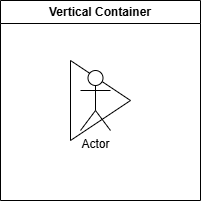
Zencoder-arch/obsidian-images keeps this draw.io diagram as 送.drawio.png. Above is the earlier version. Source tidied: cells renumbered, new cells last; positions are measured from the earlier drawing's top-left corner, leaving out a move shared by most shapes. Source of this version:
```xml
<mxGraphModel>
  <root>
    <mxCell id="0" />
    <mxCell id="1" parent="0" />
    <mxCell id="2" style="triangle;whiteSpace=wrap;html=1;" parent="1" vertex="1">
      <mxGeometry x="70" y="60" width="60" height="80" as="geometry" />
    </mxCell>
    <mxCell id="3" value="Actor" style="shape=umlActor;verticalLabelPosition=bottom;verticalAlign=top;html=1;" parent="1" vertex="1">
      <mxGeometry x="80" y="70" width="30" height="60" as="geometry" />
    </mxCell>
    <mxCell id="4" value="Vertical Container" style="swimlane;whiteSpace=wrap;html=1;" parent="1" vertex="1">
      <mxGeometry width="200" height="200" as="geometry" />
    </mxCell>
  </root>
</mxGraphModel>
```
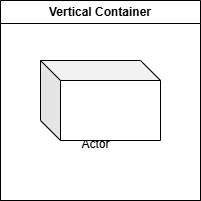
Above is the later version.

What changed in the source:
```diff
@@ -11,5 +11,11 @@
     <mxCell id="4" value="Vertical Container" style="swimlane;whiteSpace=wrap;html=1;" parent="1" vertex="1">
       <mxGeometry width="200" height="200" as="geometry" />
     </mxCell>
+    <mxCell id="5" style="shape=cube;whiteSpace=wrap;html=1;boundedLbl=1;backgroundOutline=1;darkOpacity=0.05;darkOpacity2=0.1;" parent="1" vertex="1">
+      <mxGeometry x="40" y="60" width="120" height="80" as="geometry" />
+    </mxCell>
+    <mxCell id="6" value="Vertical Container" style="swimlane;whiteSpace=wrap;html=1;" parent="1" vertex="1">
+      <mxGeometry width="200" height="200" as="geometry" />
+    </mxCell>
   </root>
 </mxGraphModel>
```
